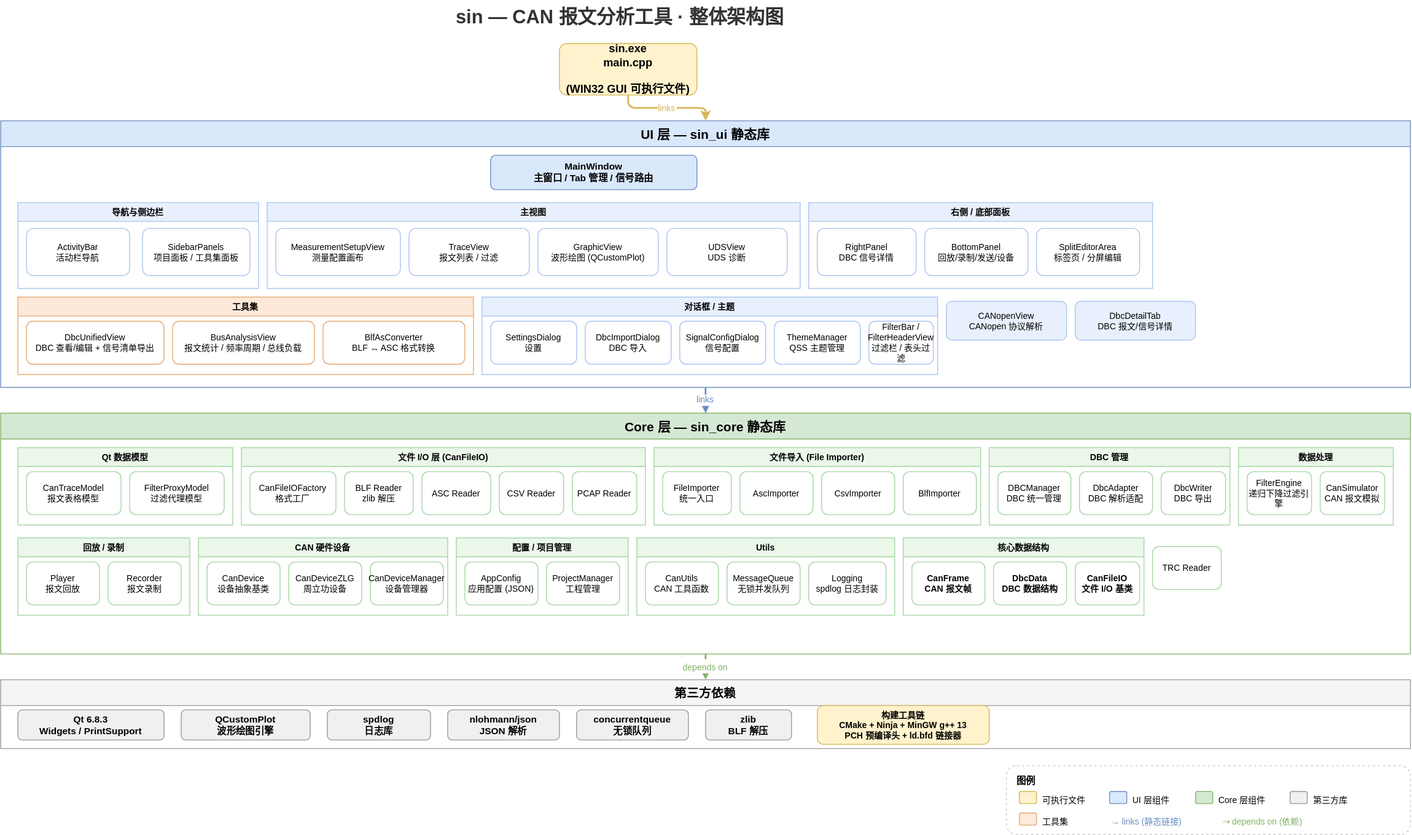
The draw.io diagram doc/drawio.svg in jakecai1225-design/OpenBus, before a commit. Source tidied: cells renumbered, new cells last; positions are measured from the earlier drawing's top-left corner, leaving out a move shared by most shapes.
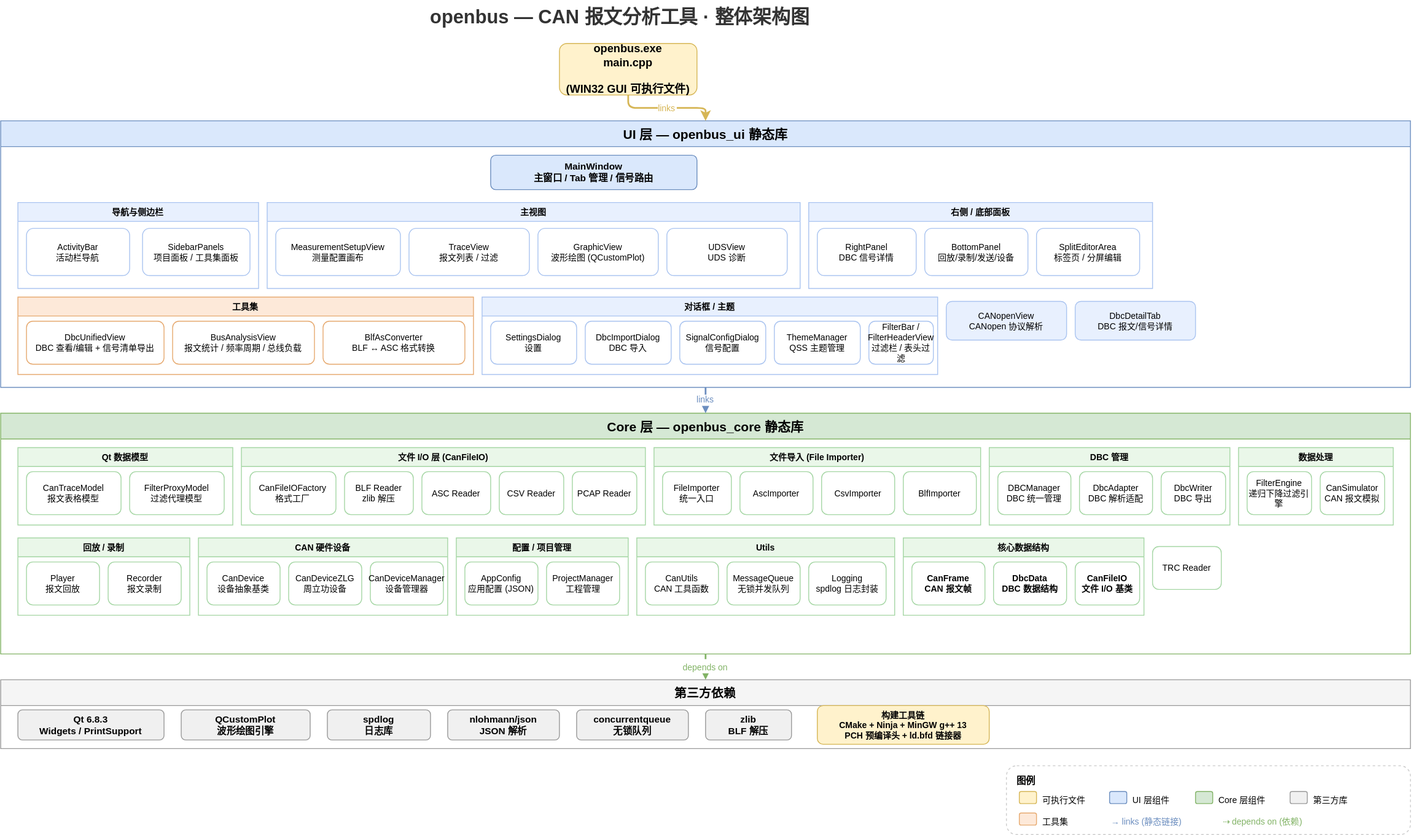
After the change.

Diff of the diagram source:
```diff
@@ -2,13 +2,13 @@
   <root>
     <mxCell id="0" />
     <mxCell id="1" parent="0" />
-    <mxCell id="2" value="sin — CAN 报文分析工具 · 整体架构图" style="text;html=1;fontSize=22;fontStyle=1;align=center;verticalAlign=middle;fontColor=#333333;" parent="1" vertex="1">
+    <mxCell id="2" value="openbus — CAN 报文分析工具 · 整体架构图" style="text;html=1;fontSize=22;fontStyle=1;align=center;verticalAlign=middle;fontColor=#333333;" parent="1" vertex="1">
       <mxGeometry x="420" width="600" height="40" as="geometry" />
     </mxCell>
-    <mxCell id="3" value="sin.exe&#10;main.cpp&#10;&#10;(WIN32 GUI 可执行文件)" style="rounded=1;whiteSpace=wrap;html=1;fillColor=#fff2cc;strokeColor=#d6b656;fontStyle=1;fontSize=13;verticalAlign=middle;" parent="1" vertex="1">
+    <mxCell id="3" value="openbus.exe&#10;main.cpp&#10;&#10;(WIN32 GUI 可执行文件)" style="rounded=1;whiteSpace=wrap;html=1;fillColor=#fff2cc;strokeColor=#d6b656;fontStyle=1;fontSize=13;verticalAlign=middle;" parent="1" vertex="1">
       <mxGeometry x="650" y="50" width="160" height="60" as="geometry" />
     </mxCell>
-    <mxCell id="4" value="UI 层 — sin_ui 静态库" style="swimlane;horizontal=1;startSize=30;fillColor=#dae8fc;strokeColor=#6c8ebf;fontStyle=1;fontSize=15;swimlaneFillColor=#ffffff;" parent="1" vertex="1">
+    <mxCell id="4" value="UI 层 — openbus_ui 静态库" style="swimlane;horizontal=1;startSize=30;fillColor=#dae8fc;strokeColor=#6c8ebf;fontStyle=1;fontSize=15;swimlaneFillColor=#ffffff;" parent="1" vertex="1">
       <mxGeometry y="140" width="1640" height="310" as="geometry" />
     </mxCell>
     <mxCell id="5" value="MainWindow&#10;主窗口 / Tab 管理 / 信号路由" style="rounded=1;whiteSpace=wrap;html=1;fillColor=#dae8fc;strokeColor=#6c8ebf;fontStyle=1;fontSize=11;" parent="4" vertex="1">
@@ -86,7 +86,7 @@
     <mxCell id="29" value="DbcDetailTab&#10;DBC 报文/信号详情" style="rounded=1;whiteSpace=wrap;html=1;fillColor=#e8f0fe;strokeColor=#aac4f0;fontSize=10;" parent="4" vertex="1">
       <mxGeometry x="1250" y="210" width="140" height="45" as="geometry" />
     </mxCell>
-    <mxCell id="30" value="Core 层 — sin_core 静态库" style="swimlane;horizontal=1;startSize=30;fillColor=#d5e8d4;strokeColor=#82b366;fontStyle=1;fontSize=15;swimlaneFillColor=#ffffff;" parent="1" vertex="1">
+    <mxCell id="30" value="Core 层 — openbus_core 静态库" style="swimlane;horizontal=1;startSize=30;fillColor=#d5e8d4;strokeColor=#82b366;fontStyle=1;fontSize=15;swimlaneFillColor=#ffffff;" parent="1" vertex="1">
       <mxGeometry y="480" width="1640" height="280" as="geometry" />
     </mxCell>
     <mxCell id="31" value="Qt 数据模型" style="swimlane;startSize=22;fillColor=#eaf7e9;strokeColor=#a5d6a4;fontStyle=1;fontSize=10;" parent="30" vertex="1">
```
